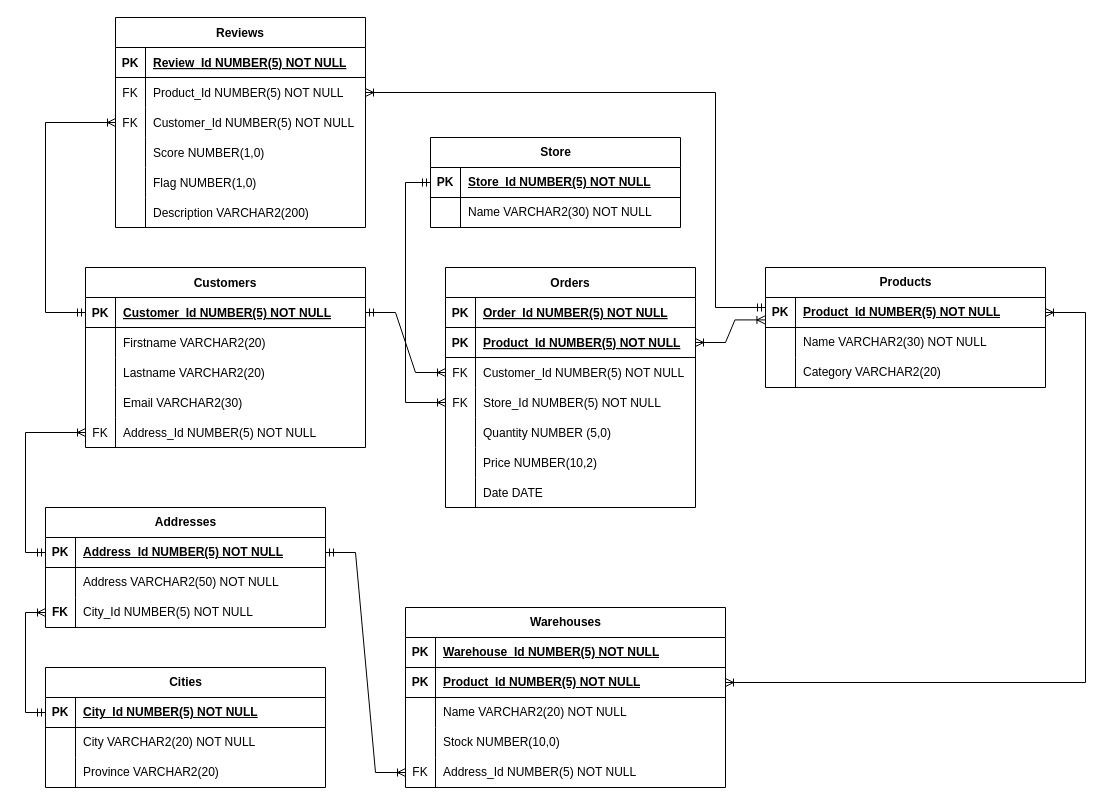
The draw.io diagram SQL/ERD.drawio in mperusse21/SuperstoreSimulation, before the edit. Source tidied: cells renumbered, new cells numbered last; positions are measured from the earlier drawing's top-left corner, leaving out a move shared by most shapes. Both pictures are drawn from the tidied source at 100%, with x=0, y=0 at pixel (25, 17).
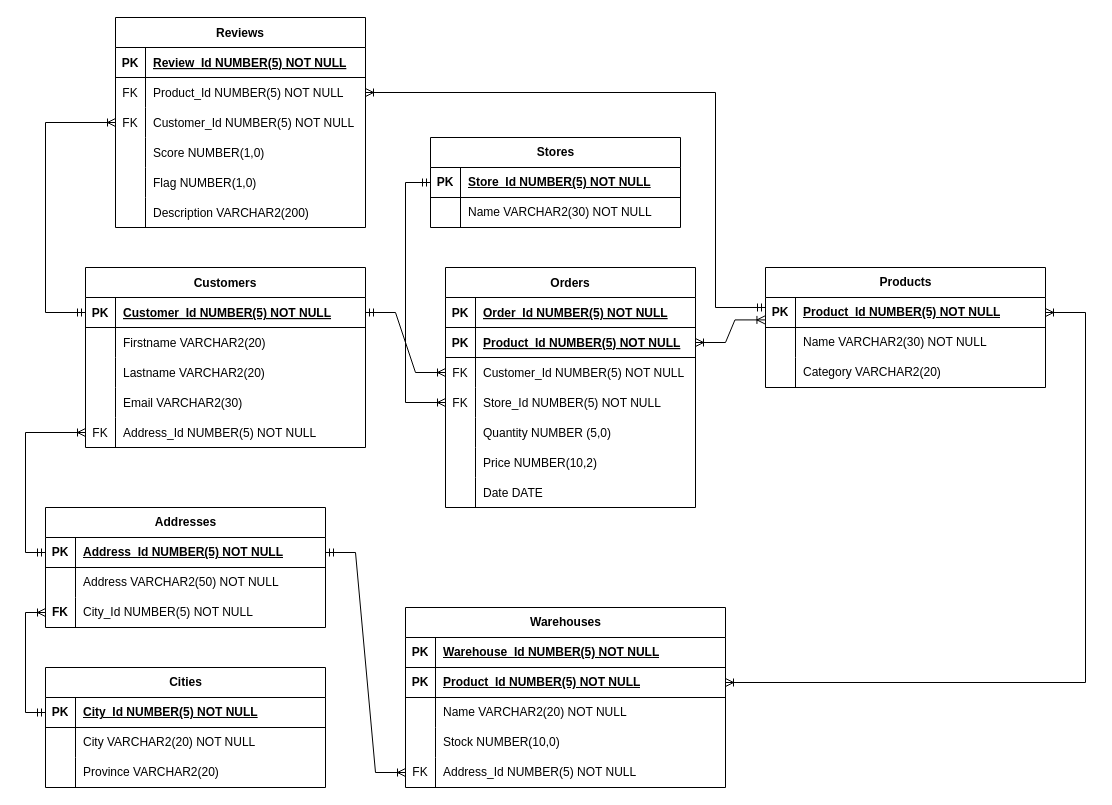
Above is the later version.

Commit message (it also covers changes not shown here):
Created all tables in SQL

What changed in the source:
```diff
@@
-    <mxCell id="59" value="Store" style="shape=table;startSize=30;childLayout=tableLayout;rowLines=0;fontStyle=1;align=center;html=1;" parent="1" vertex="1">
+    <mxCell id="59" value="Stores" style="shape=table;startSize=30;childLayout=tableLayout;rowLines=0;fontStyle=1;align=center;html=1;" parent="1" vertex="1">
       <mxGeometry x="405" y="120" width="250" height="90" as="geometry" />
     </mxCell>
```
